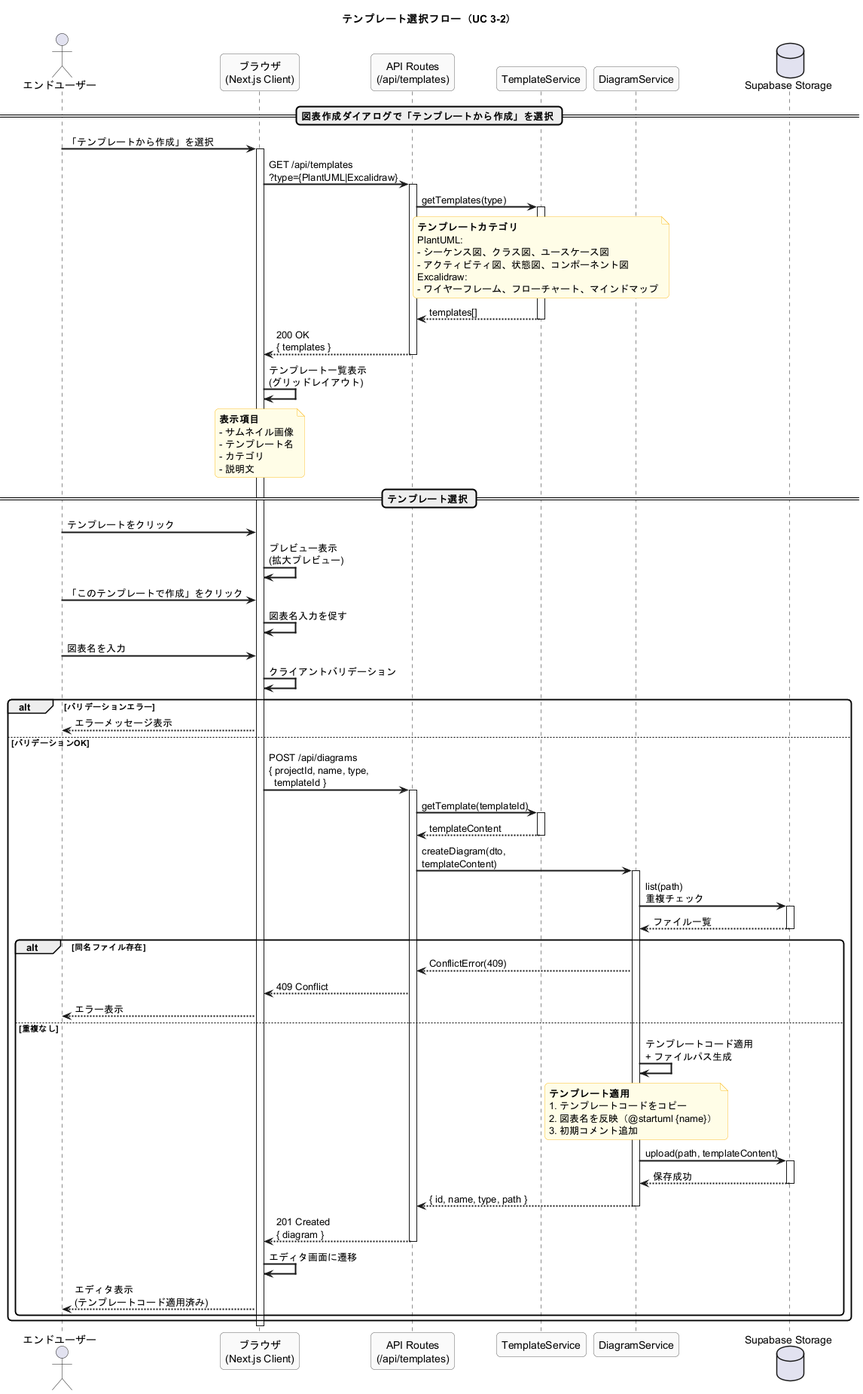
yoshiwo3/PlantUML2_Opus4.5 keeps this PlantUML diagram as docs/evidence/20251214_2200_sequence_diagram_create/PlantUML_Studio_Sequence_Template_Select.png. Above is the earlier version. Its diagram source:
```plantuml
@startuml PlantUML_Studio_Sequence_Template_Select

skinparam sequenceArrowThickness 2
skinparam roundcorner 10
skinparam maxmessagesize 200

skinparam participant {
    BackgroundColor #FAFAFA
    BorderColor #666666
}

skinparam note {
    BackgroundColor #FFFDE7
    BorderColor #FBC02D
}

title テンプレート選択フロー（UC 3-2）

actor User as "エンドユーザー"
participant Browser as "ブラウザ\n(Next.js Client)"
participant APIRoutes as "API Routes\n(/api/templates)"
participant TemplateService as "TemplateService"
participant DiagramService as "DiagramService"
database Storage as "Supabase Storage"

== 図表作成ダイアログで「テンプレートから作成」を選択 ==

User -> Browser : 「テンプレートから作成」を選択
activate Browser

Browser -> APIRoutes : GET /api/templates\n?type={PlantUML|Excalidraw}
activate APIRoutes

APIRoutes -> TemplateService : getTemplates(type)
activate TemplateService

note over TemplateService
  **テンプレートカテゴリ**
  PlantUML:
  - シーケンス図、クラス図、ユースケース図
  - アクティビティ図、状態図、コンポーネント図
  Excalidraw:
  - ワイヤーフレーム、フローチャート、マインドマップ
end note

TemplateService --> APIRoutes : templates[]
deactivate TemplateService

APIRoutes --> Browser : 200 OK\n{ templates }
deactivate APIRoutes

Browser -> Browser : テンプレート一覧表示\n(グリッドレイアウト)

note over Browser
  **表示項目**
  - サムネイル画像
  - テンプレート名
  - カテゴリ
  - 説明文
end note

== テンプレート選択 ==

User -> Browser : テンプレートをクリック
Browser -> Browser : プレビュー表示\n(拡大プレビュー)

User -> Browser : 「このテンプレートで作成」をクリック

Browser -> Browser : 図表名入力を促す

User -> Browser : 図表名を入力

Browser -> Browser : クライアントバリデーション

alt バリデーションエラー
    Browser --> User : エラーメッセージ表示
else バリデーションOK
    Browser -> APIRoutes : POST /api/diagrams\n{ projectId, name, type,\n  templateId }
    activate APIRoutes

    APIRoutes -> TemplateService : getTemplate(templateId)
    activate TemplateService
    TemplateService --> APIRoutes : templateContent
    deactivate TemplateService

    APIRoutes -> DiagramService : createDiagram(dto, templateContent)
    activate DiagramService

    DiagramService -> Storage : list(path)\n重複チェック
    activate Storage
    Storage --> DiagramService : ファイル一覧
    deactivate Storage

    alt 同名ファイル存在
        DiagramService --> APIRoutes : ConflictError(409)
        APIRoutes --> Browser : 409 Conflict
        Browser --> User : エラー表示
    else 重複なし
        DiagramService -> DiagramService : テンプレートコード適用\n+ ファイルパス生成

        note over DiagramService
          **テンプレート適用**
          1. テンプレートコードをコピー
          2. 図表名を反映（@startuml {name}）
          3. 初期コメント追加
        end note

        DiagramService -> Storage : upload(path, templateContent)
        activate Storage
        Storage --> DiagramService : 保存成功
        deactivate Storage

        DiagramService --> APIRoutes : { id, name, type, path }
        deactivate DiagramService

        APIRoutes --> Browser : 201 Created\n{ diagram }
        deactivate APIRoutes

        Browser -> Browser : エディタ画面に遷移
        Browser --> User : エディタ表示\n(テンプレートコード適用済み)
    end
end

deactivate Browser

@enduml
```
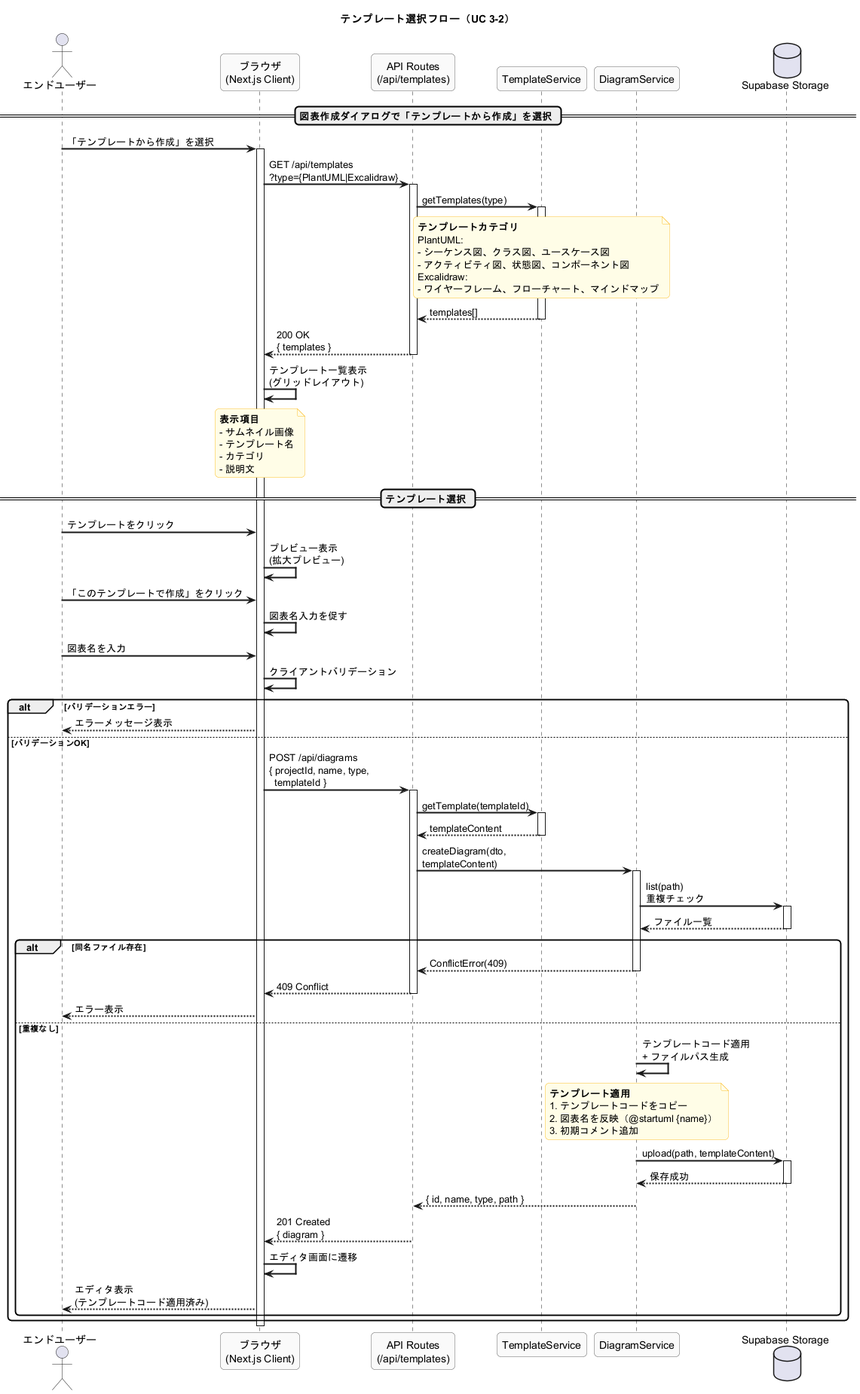
After the commit.

Commit message:
fix: Template Selectシーケンス図 微修正

What changed in the source:
```diff
@@ -93,7 +93,9 @@
 
     alt 同名ファイル存在
         DiagramService --> APIRoutes : ConflictError(409)
+        deactivate DiagramService
         APIRoutes --> Browser : 409 Conflict
+        deactivate APIRoutes
         Browser --> User : エラー表示
     else 重複なし
         DiagramService -> DiagramService : テンプレートコード適用\n+ ファイルパス生成
```
